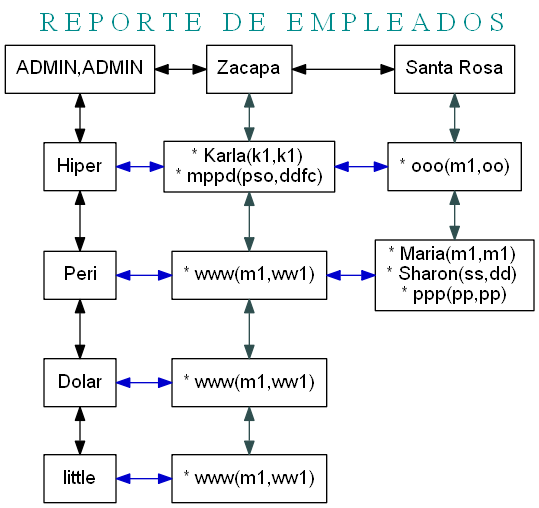
Before: P1_VJ2020/ReporteMatriz.png, a diagram exported from Graphviz (KimberlyEstupe/P1_VJ2020). Its source is kept beside it as P1_VJ2020/ReporteMatriz.dot. Source of this version:
```dot
digraph G {
  rankdir = Lista;
  node [shape = rectangle  fontname="Arial"]
  graph [nodesep = 0.5]
label = < <font color='#008B8B' point-size='20' fontname="Century Gothic"> R E P O R T E   D E   E M P L E A D O S </font>>;
labelloc = "t";


  {rank=same
     NodoX0  [label= "ADMIN,ADMIN" , group=0]
     NodoX0 ->  NodoX1[dir=both]
     NodoX1  [label= "Zacapa" , group=1]
     NodoX1 ->  NodoX2[dir=both]
     NodoX2  [label= "Santa Rosa" , group=2]
  }

   NodoX0 ->  NodoY1[dir=both]
   NodoY1  [label= "Hiper" , group=0]
   NodoY1 ->  NodoY2[dir=both]
   NodoY2  [label= "Peri" , group= 0]
   NodoY2 ->  NodoY3[dir=both]
   NodoY3  [label= "Dolar" , group= 0]
   NodoY3 ->  NodoY4[dir=both]
   NodoY4  [label= "little" , group= 0]

  {rank=same
     NodoY1 ->  Nodo11 [color=blue3][dir=both]
     Nodo11  [label= "* Karla(k1,k1)
* mppd(pso,ddfc)" , group=1]
     Nodo11 ->  Nodo21 [color=blue3][dir=both]
     Nodo21  [label= "* ooo(m1,oo)" , group=2]
  }
  {rank=same
     NodoY2 ->  Nodo12 [color=blue3][dir=both]
     Nodo12  [label= "* www(m1,ww1)" , group=1]
     Nodo12 ->  Nodo22 [color=blue3][dir=both]
     Nodo22  [label= "* Maria(m1,m1)
* Sharon(ss,dd)
* ppp(pp,pp)" , group=2]
  }
  {rank=same
     NodoY3 ->  Nodo13 [color=blue3][dir=both]
     Nodo13  [label= "* www(m1,ww1)" , group=1]
  }
  {rank=same
     NodoY4 ->  Nodo14 [color=blue3][dir=both]
     Nodo14  [label= "* www(m1,ww1)" , group=1]
  }

   NodoX1 ->  Nodo11 [color=darkslategrey][dir=both]
   Nodo11 ->  Nodo12 [color=darkslategrey][dir=both]
   Nodo12 ->  Nodo13 [color=darkslategrey][dir=both]
   Nodo13 ->  Nodo14 [color=darkslategrey][dir=both]
   NodoX2 ->  Nodo21 [color=darkslategrey][dir=both]
   Nodo21 ->  Nodo22 [color=darkslategrey][dir=both]
}
```
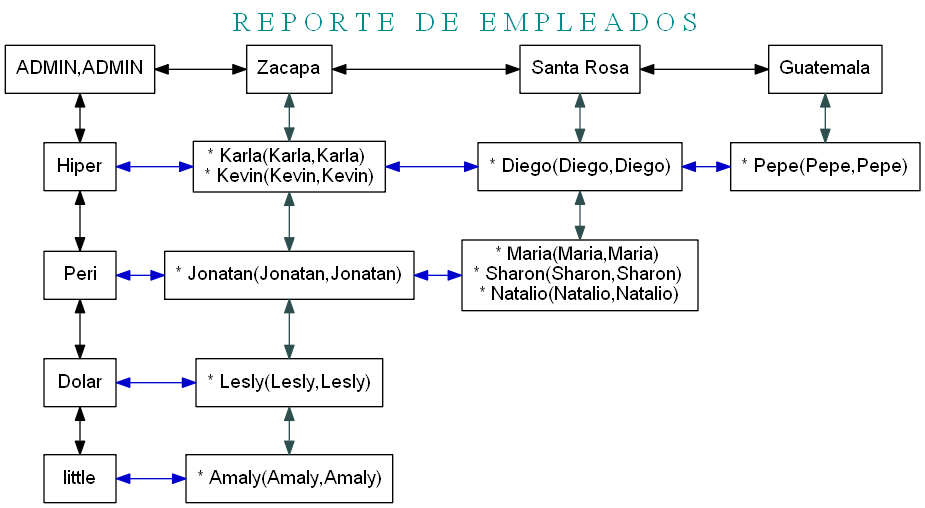
After the commit.

What changed in the source:
```diff
@@ -12,6 +12,8 @@
      NodoX1  [label= "Zacapa" , group=1]
      NodoX1 ->  NodoX2[dir=both]
      NodoX2  [label= "Santa Rosa" , group=2]
+     NodoX2 ->  NodoX3[dir=both]
+     NodoX3  [label= "Guatemala" , group=3]
   }
 
    NodoX0 ->  NodoY1[dir=both]
@@ -22,35 +24,38 @@
    NodoY3  [label= "Dolar" , group= 0]
    NodoY3 ->  NodoY4[dir=both]
    NodoY4  [label= "little" , group= 0]
+   NodoY4 ->  NodoY5[dir=both]
+   NodoY5  [label= "ESTRELLA" , group= 0]
+   NodoY5 ->  NodoY5[dir=both]
+   NodoY5  [label= "ESTRELLA" , group= 0]
 
   {rank=same
      NodoY1 ->  Nodo11 [color=blue3][dir=both]
-     Nodo11  [label= "* Karla(k1,k1)
-* mppd(pso,ddfc)" , group=1]
+     Nodo11  [label= "* Karla(Karla,Karla)
+* Kevin(Kevin,Kevin)" , group=1]
      Nodo11 ->  Nodo21 [color=blue3][dir=both]
-     Nodo21  [label= "* ooo(m1,oo)" , group=2]
+     Nodo21  [label= "* Diego(Diego,Diego)" , group=2]
+     Nodo21 ->  Nodo31 [color=blue3][dir=both]
+     Nodo31  [label= "* Pepe(Pepe,Pepe)" , group=3]
   }
   {rank=same
      NodoY2 ->  Nodo12 [color=blue3][dir=both]
-     Nodo12  [label= "* www(m1,ww1)" , group=1]
+     Nodo12  [label= "* Jonatan(Jonatan,Jonatan)" , group=1]
      Nodo12 ->  Nodo22 [color=blue3][dir=both]
-     Nodo22  [label= "* Maria(m1,m1)
-* Sharon(ss,dd)
-* ppp(pp,pp)" , group=2]
+     Nodo22  [label= "* Maria(Maria,Maria)
+* Sharon(Sharon,Sharon)
+* Natalio(Natalio,Natalio)" , group=2]
   }
   {rank=same
      NodoY3 ->  Nodo13 [color=blue3][dir=both]
-     Nodo13  [label= "* www(m1,ww1)" , group=1]
+     Nodo13  [label= "* Lesly(Lesly,Lesly)" , group=1]
   }
   {rank=same
      NodoY4 ->  Nodo14 [color=blue3][dir=both]
-     Nodo14  [label= "* www(m1,ww1)" , group=1]
+     Nodo14  [label= "* Amaly(Amaly,Amaly)" , group=1]
   }
-
-   NodoX1 ->  Nodo11 [color=darkslategrey][dir=both]
-   Nodo11 ->  Nodo12 [color=darkslategrey][dir=both]
-   Nodo12 ->  Nodo13 [color=darkslategrey][dir=both]
-   Nodo13 ->  Nodo14 [color=darkslategrey][dir=both]
-   NodoX2 ->  Nodo21 [color=darkslategrey][dir=both]
-   Nodo21 ->  Nodo22 [color=darkslategrey][dir=both]
-}
+  {rank=same
+     NodoY5 ->  Nodo05 [color=blue3][dir=both]
+     Nodo05  [label= "* MARIAELOS(MARIELOS,MARIELOS)" , group=0]
+  }
+  {rank=same
```
